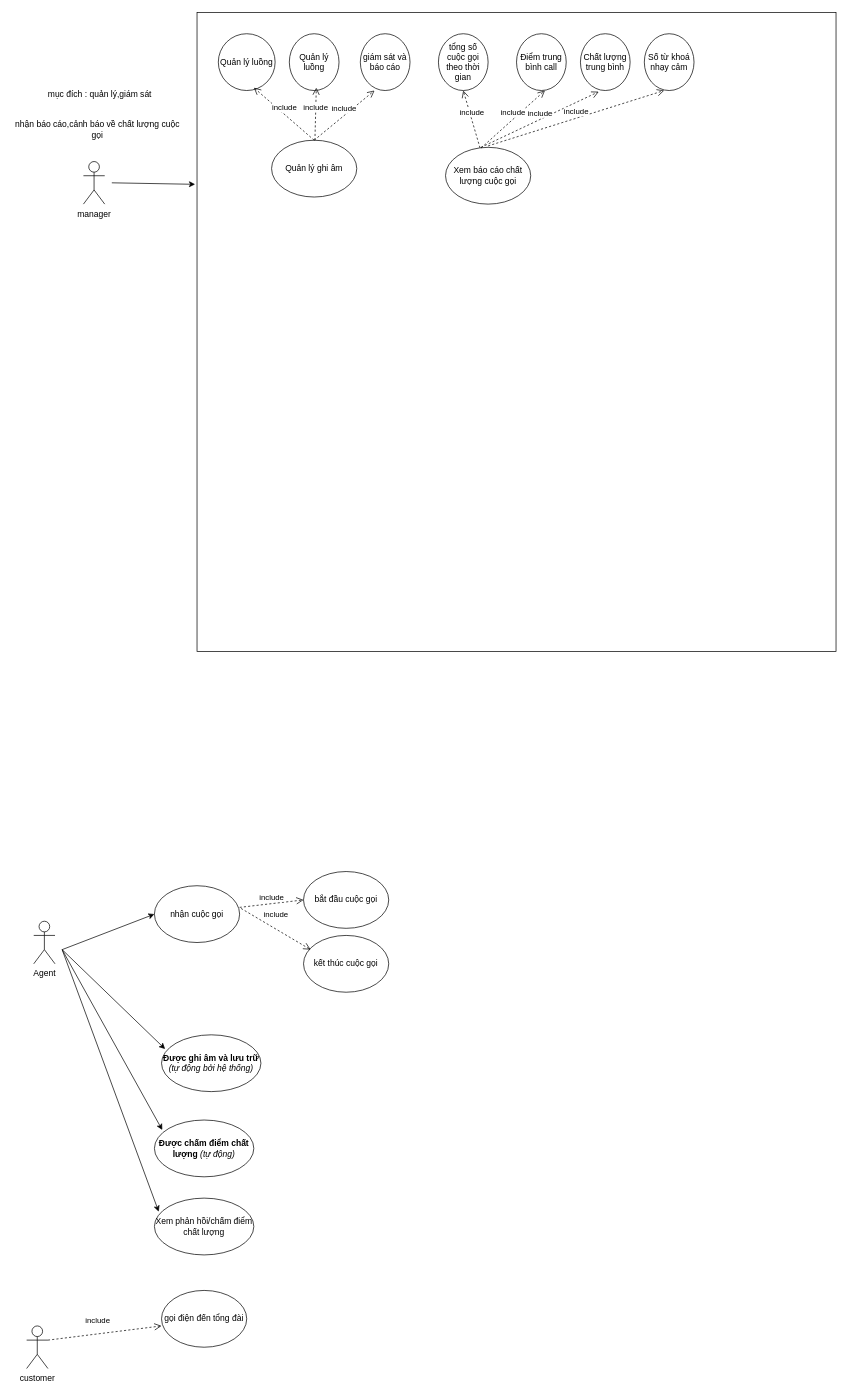
The draw.io diagram usecasecalldesk.drawio in vuongnd03/black-had, before the edit. Source tidied: cells renumbered, new cells numbered last; positions are measured from the earlier drawing's top-left corner, leaving out a move shared by most shapes. Both pictures are drawn from the tidied source at 71%, with x=0, y=0 at pixel (12, 12).
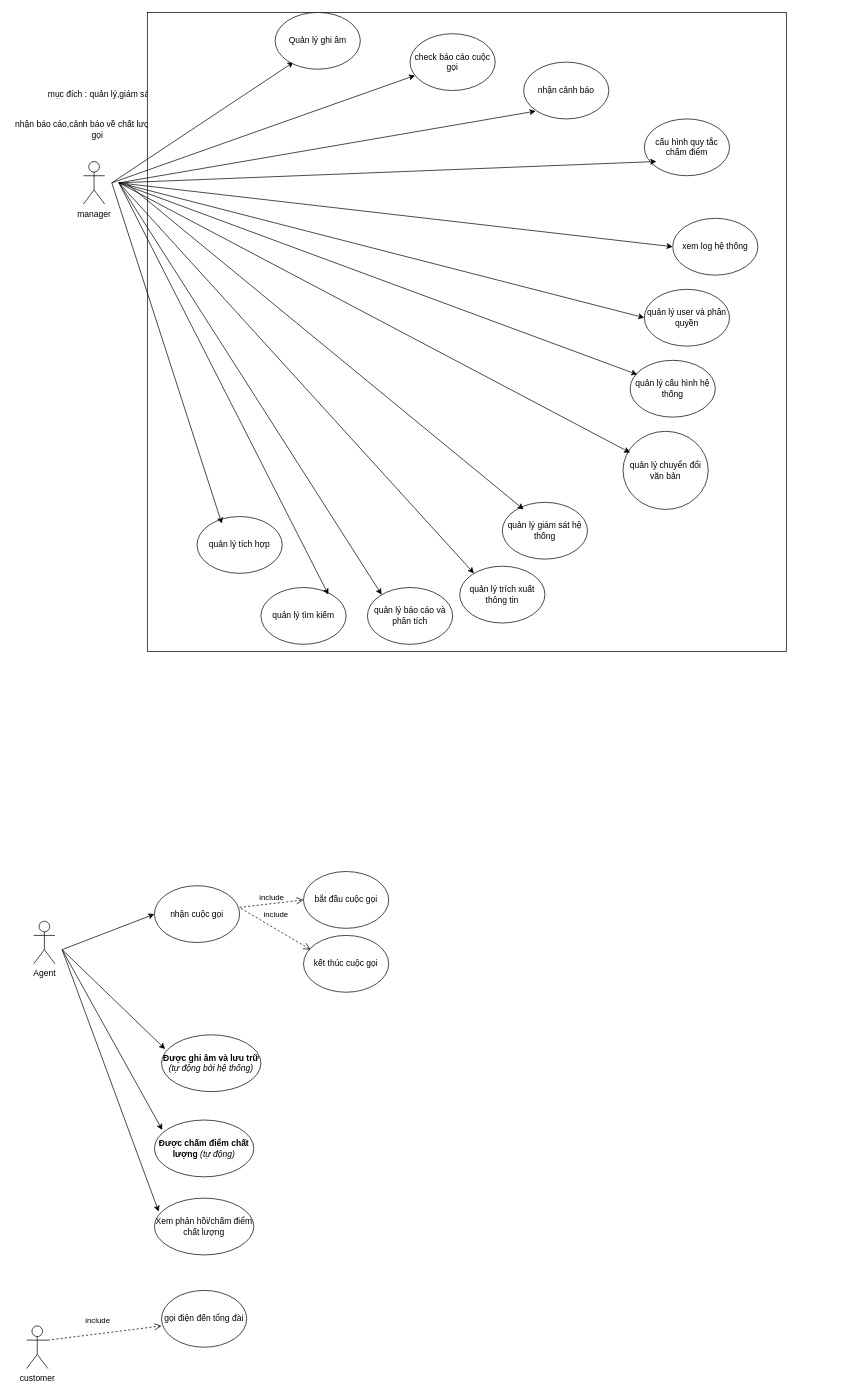
Above is the later version.

The edit, as a diff of the source:
```diff
@@
     <mxCell id="21" style="whiteSpace=wrap;html=1;" parent="1" vertex="1">
-      <mxGeometry x="260" width="900" height="900" as="geometry" />
+      <mxGeometry x="190" width="900" height="900" as="geometry" />
     </mxCell>
-    <mxCell id="22" style="endArrow=classic;html=1;rounded=0;entryX=-0.003;entryY=0.269;entryDx=0;entryDy=0;entryPerimeter=0;" parent="1" edge="1" target="21">
+    <mxCell id="22" style="endArrow=classic;html=1;rounded=0;entryX=0.217;entryY=0.874;entryDx=0;entryDy=0;entryPerimeter=0;" parent="1" edge="1" target="26">
       <mxGeometry relative="1" as="geometry">
         <mxPoint x="140" y="240" as="sourcePoint" />
       </mxGeometry>
     </mxCell>
-    <mxCell id="23" value="Quản lý luồng" style="ellipse;whiteSpace=wrap;html=1;" parent="1" vertex="1">
-      <mxGeometry x="290" y="30" width="80" height="80" as="geometry" />
-    </mxCell>
-    <mxCell id="24" value="Quản lý luồng" style="ellipse;whiteSpace=wrap;html=1;" parent="1" vertex="1">
-      <mxGeometry x="390" y="30" width="70" height="80" as="geometry" />
-    </mxCell>
-    <mxCell id="25" value="giám sát và báo cáo" style="ellipse;whiteSpace=wrap;html=1;" parent="1" vertex="1">
-      <mxGeometry x="490" y="30" width="70" height="80" as="geometry" />
-    </mxCell>
     <mxCell id="26" value="Quản lý ghi âm" style="ellipse;whiteSpace=wrap;html=1;" parent="1" vertex="1">
-      <mxGeometry x="365" y="180" width="120" height="80" as="geometry" />
+      <mxGeometry x="370" width="120" height="80" as="geometry" />
     </mxCell>
-    <mxCell id="27" value="include" style="html=1;verticalAlign=bottom;endArrow=open;dashed=1;endSize=8;curved=0;rounded=0;exitX=0.5;exitY=0;exitDx=0;exitDy=0;" parent="1" edge="1" source="26">
-      <mxGeometry relative="1" as="geometry">
-        <mxPoint x="510" y="110" as="targetPoint" />
-      </mxGeometry>
-    </mxCell>
-    <mxCell id="28" value="include" style="html=1;verticalAlign=bottom;endArrow=open;dashed=1;endSize=8;curved=0;rounded=0;" parent="1" edge="1" source="26">
-      <mxGeometry relative="1" as="geometry">
-        <mxPoint x="428" y="106" as="targetPoint" />
-      </mxGeometry>
-    </mxCell>
-    <mxCell id="29" value="include" style="html=1;verticalAlign=bottom;endArrow=open;dashed=1;endSize=8;curved=0;rounded=0;exitX=0.5;exitY=0;exitDx=0;exitDy=0;" parent="1" edge="1" source="26">
-      <mxGeometry relative="1" as="geometry">
-        <mxPoint x="340" y="106" as="targetPoint" />
-      </mxGeometry>
-    </mxCell>
-    <mxCell id="30" value="Xem báo cáo chất lượng cuộc gọi" style="ellipse;whiteSpace=wrap;html=1;" parent="1" vertex="1">
-      <mxGeometry x="610" y="190" width="120" height="80" as="geometry" />
+    <mxCell id="30" value="check báo cáo cuộc gọi" style="ellipse;whiteSpace=wrap;html=1;" parent="1" vertex="1">
+      <mxGeometry x="560" y="30" width="120" height="80" as="geometry" />
     </mxCell>
-    <mxCell id="31" value="tổng số cuộc gọi theo thời gian" style="ellipse;whiteSpace=wrap;html=1;" parent="1" vertex="1">
-      <mxGeometry x="600" y="30" width="70" height="80" as="geometry" />
-    </mxCell>
-    <mxCell id="32" value="Điểm trung bình call" style="ellipse;whiteSpace=wrap;html=1;" parent="1" vertex="1">
-      <mxGeometry x="710" y="30" width="70" height="80" as="geometry" />
-    </mxCell>
-    <mxCell id="33" value="Chất lượng trung bình" style="ellipse;whiteSpace=wrap;html=1;" parent="1" vertex="1">
-      <mxGeometry x="800" y="30" width="70" height="80" as="geometry" />
-    </mxCell>
-    <mxCell id="34" value="include" style="html=1;verticalAlign=bottom;endArrow=open;dashed=1;endSize=8;curved=0;rounded=0;" parent="1" edge="1" source="30">
-      <mxGeometry relative="1" as="geometry">
-        <mxPoint x="635" y="110" as="targetPoint" />
-      </mxGeometry>
-    </mxCell>
-    <mxCell id="35" value="include" style="html=1;verticalAlign=bottom;endArrow=open;dashed=1;endSize=8;curved=0;rounded=0;exitX=0.417;exitY=0.013;exitDx=0;exitDy=0;exitPerimeter=0;" parent="1" edge="1" source="30">
-      <mxGeometry relative="1" as="geometry">
-        <mxPoint x="750" y="110" as="targetPoint" />
-      </mxGeometry>
-    </mxCell>
-    <mxCell id="36" value="include" style="html=1;verticalAlign=bottom;endArrow=open;dashed=1;endSize=8;curved=0;rounded=0;entryX=0.369;entryY=1.021;entryDx=0;entryDy=0;entryPerimeter=0;" parent="1" edge="1" target="33">
-      <mxGeometry relative="1" as="geometry">
-        <mxPoint x="660" y="190" as="sourcePoint" />
-      </mxGeometry>
-    </mxCell>
-    <mxCell id="37" value="Số từ khoá nhạy cảm" style="ellipse;whiteSpace=wrap;html=1;" parent="1" vertex="1">
-      <mxGeometry x="890" y="30" width="70" height="80" as="geometry" />
-    </mxCell>
-    <mxCell id="38" value="include" style="html=1;verticalAlign=bottom;endArrow=open;dashed=1;endSize=8;curved=0;rounded=0;entryX=0.369;entryY=1.021;entryDx=0;entryDy=0;entryPerimeter=0;" parent="1" edge="1">
-      <mxGeometry relative="1" as="geometry">
-        <mxPoint x="670" y="188" as="sourcePoint" />
-        <mxPoint x="918" y="110" as="targetPoint" />
-      </mxGeometry>
-    </mxCell>
+    <mxCell id="39" value="quản lý user và phân quyền" style="ellipse;whiteSpace=wrap;html=1;" parent="1" vertex="1">
+      <mxGeometry x="890" y="390" width="120" height="80" as="geometry" />
+    </mxCell>
+    <mxCell id="40" value="nhận cảnh báo" style="ellipse;whiteSpace=wrap;html=1;" parent="1" vertex="1">
+      <mxGeometry x="720" y="70" width="120" height="80" as="geometry" />
+    </mxCell>
+    <mxCell id="41" value="cấu hình quy tắc chấm điểm" style="ellipse;whiteSpace=wrap;html=1;" parent="1" vertex="1">
+      <mxGeometry x="890" y="150" width="120" height="80" as="geometry" />
+    </mxCell>
+    <mxCell id="42" value="xem log hệ thống" style="ellipse;whiteSpace=wrap;html=1;" parent="1" vertex="1">
+      <mxGeometry x="930" y="290" width="120" height="80" as="geometry" />
+    </mxCell>
+    <mxCell id="43" value="quản lý cấu hình hệ thống" style="ellipse;whiteSpace=wrap;html=1;" parent="1" vertex="1">
+      <mxGeometry x="870" y="490" width="120" height="80" as="geometry" />
+    </mxCell>
+    <mxCell id="44" value="quản lý chuyển đổi văn bản" style="ellipse;whiteSpace=wrap;html=1;" parent="1" vertex="1">
+      <mxGeometry x="860" y="590" width="120" height="110" as="geometry" />
+    </mxCell>
+    <mxCell id="45" value="quản lý giám sát hệ thống" style="ellipse;whiteSpace=wrap;html=1;" parent="1" vertex="1">
+      <mxGeometry x="690" y="690" width="120" height="80" as="geometry" />
+    </mxCell>
+    <mxCell id="46" value="quản lý trích xuất thông tin" style="ellipse;whiteSpace=wrap;html=1;" parent="1" vertex="1">
+      <mxGeometry x="630" y="780" width="120" height="80" as="geometry" />
+    </mxCell>
+    <mxCell id="47" value="quản lý báo cáo và phân tích" style="ellipse;whiteSpace=wrap;html=1;" parent="1" vertex="1">
+      <mxGeometry x="500" y="810" width="120" height="80" as="geometry" />
+    </mxCell>
+    <mxCell id="48" value="quản lý tìm kiếm" style="ellipse;whiteSpace=wrap;html=1;" parent="1" vertex="1">
+      <mxGeometry x="350" y="810" width="120" height="80" as="geometry" />
+    </mxCell>
+    <mxCell id="49" value="quản lý tích hợp" style="ellipse;whiteSpace=wrap;html=1;" parent="1" vertex="1">
+      <mxGeometry x="260" y="710" width="120" height="80" as="geometry" />
+    </mxCell>
+    <mxCell id="50" style="endArrow=classic;html=1;rounded=0;" parent="1" edge="1" target="30">
+      <mxGeometry relative="1" as="geometry">
+        <mxPoint x="140" y="240" as="sourcePoint" />
+      </mxGeometry>
+    </mxCell>
+    <mxCell id="51" style="endArrow=classic;html=1;rounded=0;" parent="1" edge="1">
+      <mxGeometry relative="1" as="geometry">
+        <mxPoint x="150" y="240" as="sourcePoint" />
+        <mxPoint x="737" y="139" as="targetPoint" />
+      </mxGeometry>
+    </mxCell>
+    <mxCell id="52" style="endArrow=classic;html=1;rounded=0;" parent="1" edge="1">
+      <mxGeometry relative="1" as="geometry">
+        <mxPoint x="150" y="240" as="sourcePoint" />
+        <mxPoint x="907" y="210" as="targetPoint" />
+      </mxGeometry>
+    </mxCell>
+    <mxCell id="53" style="endArrow=classic;html=1;rounded=0;" parent="1" edge="1">
+      <mxGeometry relative="1" as="geometry">
+        <mxPoint x="150" y="240" as="sourcePoint" />
+        <mxPoint x="930" y="330" as="targetPoint" />
+      </mxGeometry>
+    </mxCell>
+    <mxCell id="54" style="endArrow=classic;html=1;rounded=0;" parent="1" edge="1">
+      <mxGeometry relative="1" as="geometry">
+        <mxPoint x="150" y="240" as="sourcePoint" />
+        <mxPoint x="890" y="430" as="targetPoint" />
+      </mxGeometry>
+    </mxCell>
+    <mxCell id="55" style="endArrow=classic;html=1;rounded=0;" parent="1" edge="1">
+      <mxGeometry relative="1" as="geometry">
+        <mxPoint x="150" y="240" as="sourcePoint" />
+        <mxPoint x="880" y="510" as="targetPoint" />
+      </mxGeometry>
+    </mxCell>
+    <mxCell id="56" style="endArrow=classic;html=1;rounded=0;" parent="1" edge="1">
+      <mxGeometry relative="1" as="geometry">
+        <mxPoint x="150" y="240" as="sourcePoint" />
+        <mxPoint x="870" y="620" as="targetPoint" />
+      </mxGeometry>
+    </mxCell>
+    <mxCell id="57" style="endArrow=classic;html=1;rounded=0;" parent="1" edge="1">
+      <mxGeometry relative="1" as="geometry">
+        <mxPoint x="160" y="240" as="sourcePoint" />
+        <mxPoint x="720" y="700" as="targetPoint" />
+      </mxGeometry>
+    </mxCell>
+    <mxCell id="58" style="endArrow=classic;html=1;rounded=0;" parent="1" edge="1">
+      <mxGeometry relative="1" as="geometry">
+        <mxPoint x="150" y="240" as="sourcePoint" />
+        <mxPoint x="650" y="790" as="targetPoint" />
+      </mxGeometry>
+    </mxCell>
+    <mxCell id="59" style="endArrow=classic;html=1;rounded=0;" parent="1" edge="1">
+      <mxGeometry relative="1" as="geometry">
+        <mxPoint x="150" y="240" as="sourcePoint" />
+        <mxPoint x="520" y="820" as="targetPoint" />
+      </mxGeometry>
+    </mxCell>
+    <mxCell id="60" style="endArrow=classic;html=1;rounded=0;" parent="1" edge="1">
+      <mxGeometry relative="1" as="geometry">
+        <mxPoint x="150" y="240" as="sourcePoint" />
+        <mxPoint x="445" y="820" as="targetPoint" />
+      </mxGeometry>
+    </mxCell>
+    <mxCell id="61" style="endArrow=classic;html=1;rounded=0;" parent="1" edge="1">
+      <mxGeometry relative="1" as="geometry">
+        <mxPoint x="140" y="240" as="sourcePoint" />
+        <mxPoint x="295" y="720" as="targetPoint" />
+      </mxGeometry>
+    </mxCell>
```
